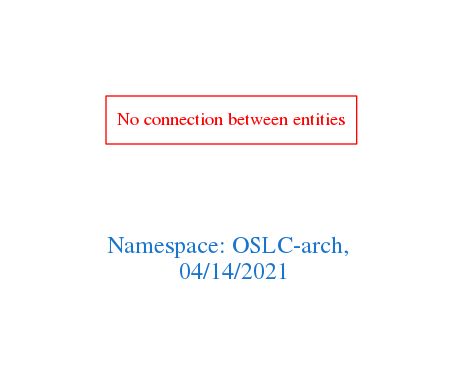
Before: downloads/OSLC-arch.png, a diagram exported from Graphviz (arago/OGIT). Its source is kept beside it as downloads/OSLC-arch.dot.
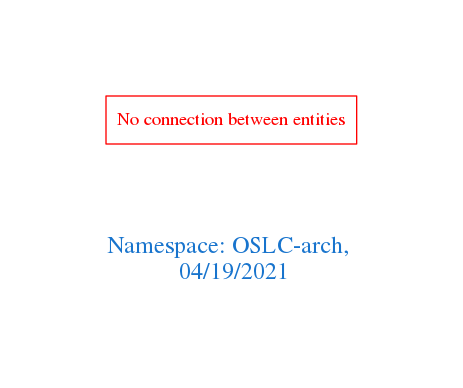
After the commit.

What changed in the source:
```diff
@@ -1,7 +1,7 @@
 digraph OGIT_ontology {
  graph [ rankdir= LR,pad=1
 fontsize = 18,
-fontcolor= dodgerblue3,label = "\n\n\nNamespace: OSLC-arch, \n 04/14/2021"];
+fontcolor= dodgerblue3,label = "\n\n\nNamespace: OSLC-arch, \n 04/19/2021"];
 node[shape=polygon];
 edge [  color="gray81"];
 
```
